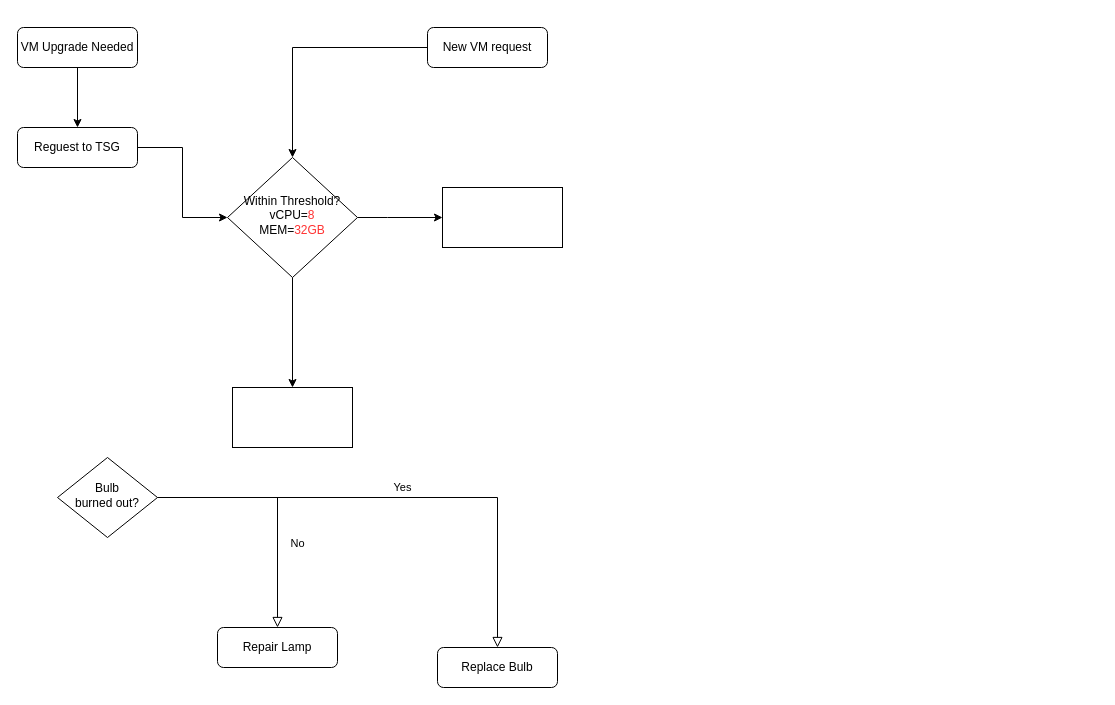
Above: vm-sizes-approval.drawio in shariashaari/Diagrams (draw.io), before the change. Source tidied: cells renumbered, new cells numbered last; positions are measured from the earlier drawing's top-left corner, leaving out a move shared by most shapes. Both pictures are drawn from the tidied source at 100%, with x=0, y=0 at pixel (17, 27).
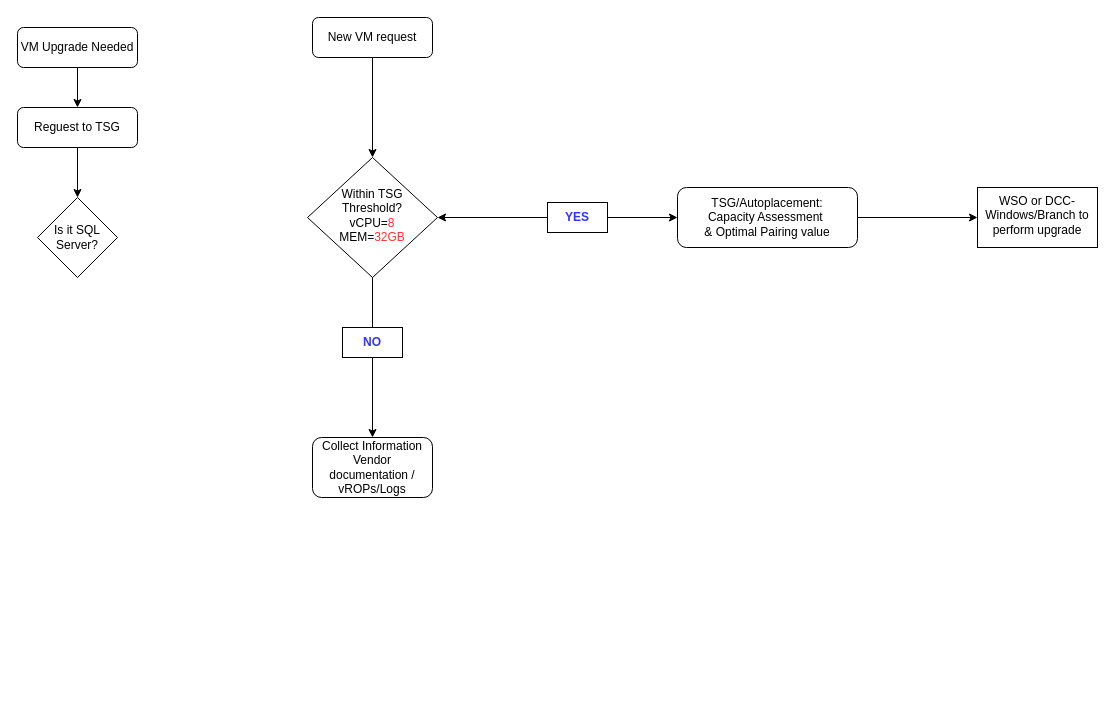
The same page after the edit.

What changed in the source:
```diff
@@
 <mxGraphModel>
   <root>
     <mxCell id="0" />
     <mxCell id="1" parent="0" />
     <mxCell id="2" style="edgeStyle=orthogonalEdgeStyle;rounded=0;jettySize=auto;html=1;" parent="1" edge="1" source="3" target="13">
       <mxGeometry relative="1" as="geometry" />
     </mxCell>
     <mxCell id="3" value="VM Upgrade Needed" style="rounded=1;whiteSpace=wrap;html=1;fontSize=12;glass=0;strokeWidth=1;shadow=0;" parent="1" vertex="1">
       <mxGeometry width="120" height="40" as="geometry" />
     </mxCell>
-    <mxCell id="4" style="edgeStyle=orthogonalEdgeStyle;rounded=0;jettySize=auto;html=1;fontColor=#FF3333;" parent="1" edge="1" source="6" target="16">
-      <mxGeometry relative="1" as="geometry">
-        <Array as="points">
-          <mxPoint x="370" y="190" />
-          <mxPoint x="370" y="190" />
-        </Array>
-      </mxGeometry>
-    </mxCell>
-    <mxCell id="5" style="edgeStyle=orthogonalEdgeStyle;rounded=0;jettySize=auto;html=1;fontColor=#FF3333;" parent="1" edge="1" source="6" target="17">
+    <mxCell id="5" style="edgeStyle=orthogonalEdgeStyle;rounded=0;jettySize=auto;html=1;fontColor=#FF3333;startArrow=none;" parent="1" edge="1" source="23" target="17">
       <mxGeometry relative="1" as="geometry" />
     </mxCell>
-    <mxCell id="6" value="Within Threshold?&lt;br&gt;vCPU=&lt;font color=&quot;#ff3333&quot;&gt;8&lt;/font&gt;&lt;br&gt;MEM=&lt;font color=&quot;#ff3333&quot;&gt;32GB&lt;/font&gt;" style="rhombus;whiteSpace=wrap;html=1;shadow=0;fontFamily=Helvetica;fontSize=12;align=center;strokeWidth=1;spacing=6;spacingTop=-4;" parent="1" vertex="1">
-      <mxGeometry x="210" y="130" width="130" height="120" as="geometry" />
+    <mxCell id="6" value="Within TSG Threshold?&lt;br&gt;vCPU=&lt;font color=&quot;#ff3333&quot;&gt;8&lt;/font&gt;&lt;br&gt;MEM=&lt;font color=&quot;#ff3333&quot;&gt;32GB&lt;/font&gt;" style="rhombus;whiteSpace=wrap;html=1;shadow=0;fontFamily=Helvetica;fontSize=12;align=center;strokeWidth=1;spacing=6;spacingTop=-4;" parent="1" vertex="1">
+      <mxGeometry x="290" y="130" width="130" height="120" as="geometry" />
     </mxCell>
-    <mxCell id="7" value="No" style="rounded=0;html=1;jettySize=auto;fontSize=11;endArrow=block;endFill=0;endSize=8;strokeWidth=1;shadow=0;labelBackgroundColor=none;edgeStyle=orthogonalEdgeStyle;" parent="1" edge="1" source="9" target="10">
-      <mxGeometry x="0.33" y="20" relative="1" as="geometry" />
-    </mxCell>
-    <mxCell id="8" value="Yes" style="edgeStyle=orthogonalEdgeStyle;rounded=0;html=1;jettySize=auto;fontSize=11;endArrow=block;endFill=0;endSize=8;strokeWidth=1;shadow=0;labelBackgroundColor=none;" parent="1" edge="1" source="9" target="11">
-      <mxGeometry y="10" relative="1" as="geometry" />
-    </mxCell>
-    <mxCell id="9" value="Bulb&lt;br&gt;burned out?" style="rhombus;whiteSpace=wrap;html=1;shadow=0;fontFamily=Helvetica;fontSize=12;align=center;strokeWidth=1;spacing=6;spacingTop=-4;" parent="1" vertex="1">
-      <mxGeometry x="40" y="430" width="100" height="80" as="geometry" />
-    </mxCell>
-    <mxCell id="10" value="Repair Lamp" style="rounded=1;whiteSpace=wrap;html=1;fontSize=12;glass=0;strokeWidth=1;shadow=0;" parent="1" vertex="1">
-      <mxGeometry x="200" y="600" width="120" height="40" as="geometry" />
-    </mxCell>
-    <mxCell id="11" value="Replace Bulb" style="rounded=1;whiteSpace=wrap;html=1;fontSize=12;glass=0;strokeWidth=1;shadow=0;" parent="1" vertex="1">
-      <mxGeometry x="420" y="620" width="120" height="40" as="geometry" />
-    </mxCell>
-    <mxCell id="12" style="edgeStyle=orthogonalEdgeStyle;rounded=0;jettySize=auto;html=1;" parent="1" edge="1" source="13" target="6">
+    <mxCell id="12" style="edgeStyle=orthogonalEdgeStyle;rounded=0;jettySize=auto;html=1;" parent="1" edge="1" source="13" target="25">
       <mxGeometry relative="1" as="geometry" />
     </mxCell>
     <mxCell id="13" value="Reguest to TSG" style="whiteSpace=wrap;html=1;rounded=1;glass=0;strokeWidth=1;shadow=0;" parent="1" vertex="1">
-      <mxGeometry y="100" width="120" height="40" as="geometry" />
+      <mxGeometry y="80" width="120" height="40" as="geometry" />
     </mxCell>
     <mxCell id="14" style="edgeStyle=orthogonalEdgeStyle;rounded=0;jettySize=auto;html=1;fontColor=#FF3333;" parent="1" edge="1" source="15" target="6">
       <mxGeometry relative="1" as="geometry" />
     </mxCell>
     <mxCell id="15" value="New VM request" style="rounded=1;whiteSpace=wrap;html=1;" parent="1" vertex="1">
-      <mxGeometry x="410" width="120" height="40" as="geometry" />
+      <mxGeometry x="295" y="-10" width="120" height="40" as="geometry" />
     </mxCell>
-    <mxCell id="16" style="whiteSpace=wrap;html=1;shadow=0;strokeWidth=1;spacing=6;spacingTop=-4;" parent="1" vertex="1">
-      <mxGeometry x="425" y="160" width="120" height="60" as="geometry" />
+    <mxCell id="16" value="WSO or DCC-Windows/Branch to perform upgrade" style="whiteSpace=wrap;html=1;shadow=0;strokeWidth=1;spacing=6;spacingTop=-4;" parent="1" vertex="1">
+      <mxGeometry x="960" y="160" width="120" height="60" as="geometry" />
     </mxCell>
-    <mxCell id="17" style="whiteSpace=wrap;html=1;shadow=0;strokeWidth=1;spacing=6;spacingTop=-4;" parent="1" vertex="1">
-      <mxGeometry x="215" y="360" width="120" height="60" as="geometry" />
+    <mxCell id="17" value="Collect Information&lt;br&gt;Vendor documentation / vROPs/Logs" style="whiteSpace=wrap;html=1;rounded=1;glass=0;strokeWidth=1;shadow=0;" parent="1" vertex="1">
+      <mxGeometry x="295" y="410" width="120" height="60" as="geometry" />
     </mxCell>
+    <mxCell id="18" style="edgeStyle=orthogonalEdgeStyle;rounded=0;jettySize=auto;html=1;fontColor=#3333FF;" parent="1" edge="1" source="20" target="22">
+      <mxGeometry relative="1" as="geometry" />
+    </mxCell>
+    <mxCell id="19" style="edgeStyle=orthogonalEdgeStyle;rounded=0;jettySize=auto;html=1;fontColor=#000000;" parent="1" edge="1" source="20" target="6">
+      <mxGeometry relative="1" as="geometry" />
+    </mxCell>
+    <mxCell id="20" value="YES" style="text;html=1;strokeColor=default;fillColor=none;align=center;verticalAlign=middle;whiteSpace=wrap;rounded=0;fontColor=#3333FF;fontStyle=1;" parent="1" vertex="1">
+      <mxGeometry x="530" y="175" width="60" height="30" as="geometry" />
+    </mxCell>
+    <mxCell id="21" style="edgeStyle=orthogonalEdgeStyle;rounded=0;jettySize=auto;html=1;fontColor=#000000;" parent="1" edge="1" source="22" target="16">
+      <mxGeometry relative="1" as="geometry" />
+    </mxCell>
+    <mxCell id="22" value="TSG/Autoplacement:&lt;br&gt;Capacity Assessment&amp;nbsp;&lt;br&gt;&amp;amp; Optimal Pairing value" style="whiteSpace=wrap;html=1;rounded=1;glass=0;strokeWidth=1;shadow=0;" parent="1" vertex="1">
+      <mxGeometry x="660" y="160" width="180" height="60" as="geometry" />
+    </mxCell>
+    <mxCell id="23" value="NO" style="text;html=1;strokeColor=default;fillColor=none;align=center;verticalAlign=middle;whiteSpace=wrap;rounded=0;fontColor=#3333FF;fontStyle=1;" parent="1" vertex="1">
+      <mxGeometry x="325" y="300" width="60" height="30" as="geometry" />
+    </mxCell>
+    <mxCell id="24" style="edgeStyle=orthogonalEdgeStyle;rounded=0;jettySize=auto;html=1;fontColor=#FF3333;endArrow=none;" parent="1" edge="1" source="6" target="23">
+      <mxGeometry relative="1" as="geometry" />
+    </mxCell>
+    <mxCell id="25" value="Is it SQL Server?" style="rhombus;whiteSpace=wrap;html=1;" parent="1" vertex="1">
+      <mxGeometry x="20" y="170" width="80" height="80" as="geometry" />
+    </mxCell>
   </root>
 </mxGraphModel>
```
